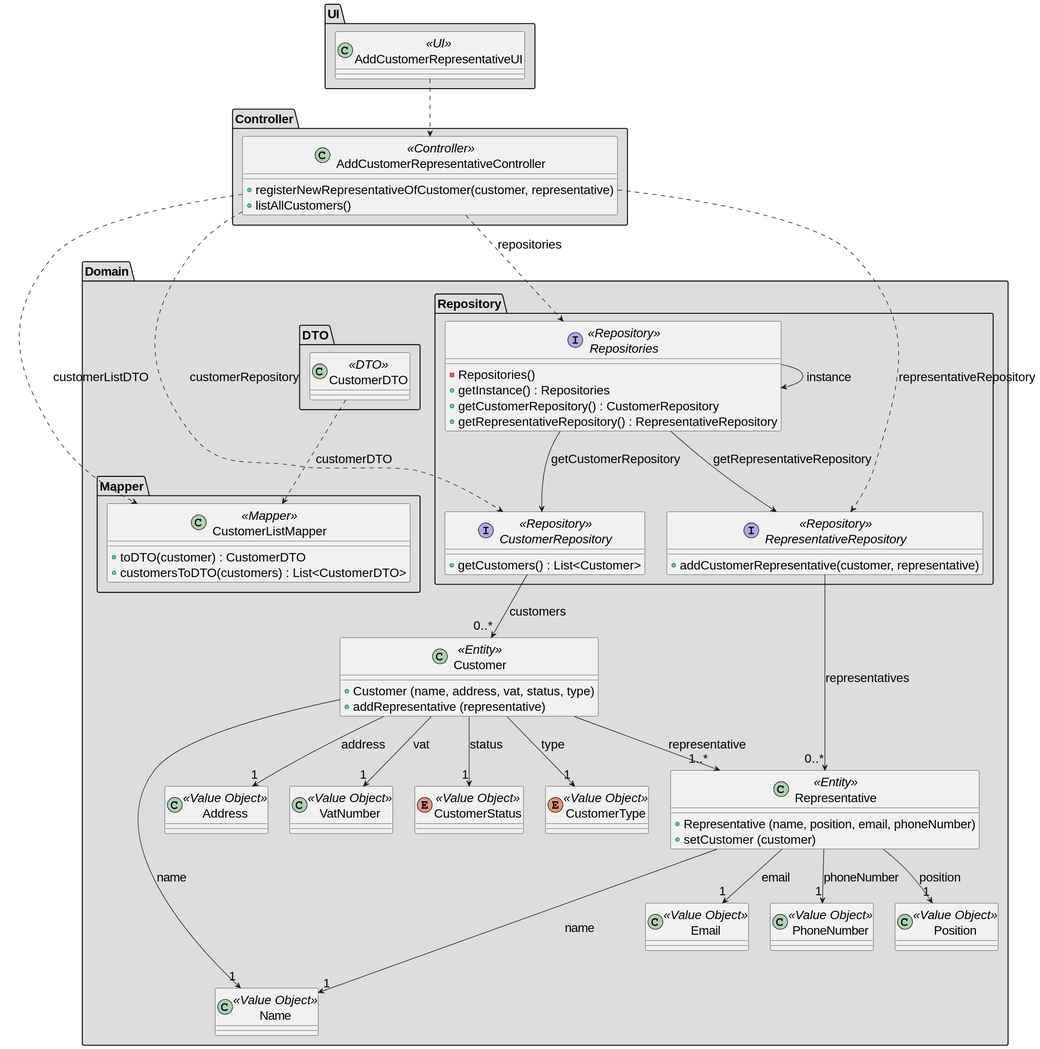
The PlantUML diagram docs/SPRINT_2/us221/images/class_diagram_us221.svg in diogoveirospro/sem4pi-2024-2025-sem4pi_2024_2025_g44, before a commit. The source it was exported from:
```plantuml
@startuml
skinparamlocked defaultFontSize 20

package "Domain" #DDDDDD {

    package "DTO" #DDDDDD {
        class CustomerDTO <<DTO>> {

        }
    }

    package "Mapper" #DDDDDD {
        class CustomerListMapper <<Mapper>> {
            + toDTO(customer) : CustomerDTO
            + customersToDTO(customers) : List<CustomerDTO>
        }
    }

    package "Repository" #DDDDDD {
        Interface CustomerRepository <<Repository>> {
            + getCustomers() : List<Customer>
        }
        Interface RepresentativeRepository <<Repository>> {
            + addCustomerRepresentative(customer, representative)
        }
        Interface Repositories <<Repository>> {
            - Repositories()
            + getInstance() : Repositories
            + getCustomerRepository() : CustomerRepository
            + getRepresentativeRepository() : RepresentativeRepository
        }
    }

    class Customer <<Entity>> {
        + Customer (name, address, vat, status, type)
        + addRepresentative (representative)
    }
    class Representative <<Entity>> {
        + Representative (name, position, email, phoneNumber)
        + setCustomer (customer)
    }

    class Address <<Value Object>> {

    }
    class VatNumber <<Value Object>> {

    }
    enum CustomerStatus <<Value Object>> {

    }
    enum CustomerType <<Value Object>> {

    }
    class Position <<Value Object>> {

    }
    class Name <<Value Object>> {

    }
    class Email <<Value Object>> {

    }
    class PhoneNumber <<Value Object>> {

    }
}

package "UI" #DDDDDD {
    class AddCustomerRepresentativeUI <<UI>> {

    }
}

package "Controller" #DDDDDD {
    class AddCustomerRepresentativeController <<Controller>> {
        + registerNewRepresentativeOfCustomer(customer, representative)
        + listAllCustomers()
    }
}

Customer --> "1..*" Representative : representative
Customer --> "1" VatNumber : vat
Customer --> "1" Address : address
Customer --> "1" CustomerStatus : status
Customer --> "1" CustomerType : type
Customer ----> "1" Name : name

Representative --> "1" Position : position
Representative --> "1" Name : name
Representative --> "1" Email : email
Representative --> "1" PhoneNumber : phoneNumber

Repositories --> Repositories : instance
Repositories --> CustomerRepository : getCustomerRepository
Repositories --> RepresentativeRepository : getRepresentativeRepository

CustomerRepository --> "0..*" Customer : customers
RepresentativeRepository --> "0..*" Representative : representatives

AddCustomerRepresentativeUI ..> AddCustomerRepresentativeController
AddCustomerRepresentativeController ..> Repositories : repositories
AddCustomerRepresentativeController ..> CustomerListMapper : customerListDTO
AddCustomerRepresentativeController ..> RepresentativeRepository : representativeRepository
AddCustomerRepresentativeController ..> CustomerRepository : customerRepository

CustomerDTO ..> CustomerListMapper : customerDTO
@enduml
```
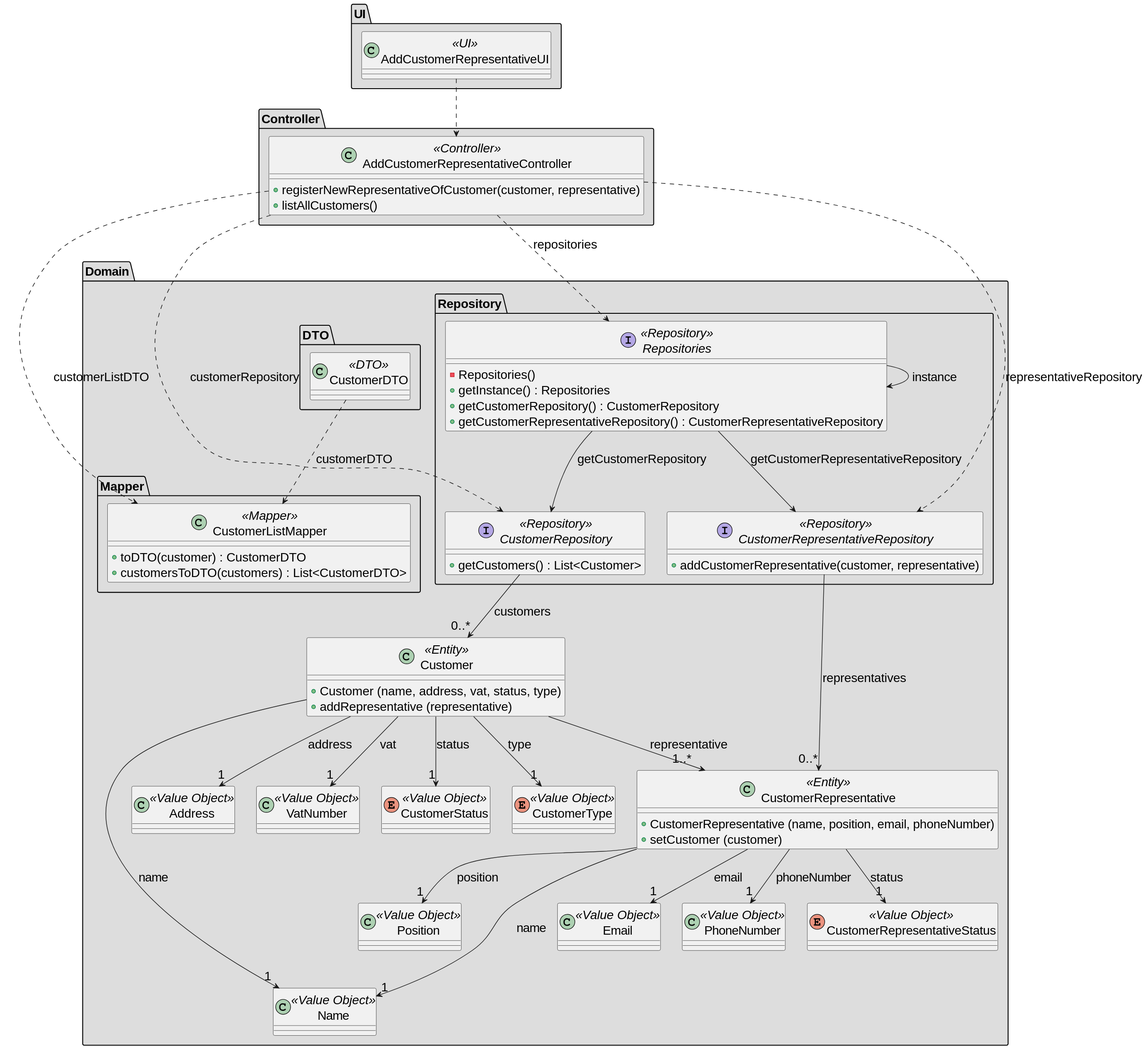
Above is the later version.

Diff of the diagram source:
```diff
@@ -20,14 +20,14 @@
         Interface CustomerRepository <<Repository>> {
             + getCustomers() : List<Customer>
         }
-        Interface RepresentativeRepository <<Repository>> {
+        Interface CustomerRepresentativeRepository <<Repository>> {
             + addCustomerRepresentative(customer, representative)
         }
         Interface Repositories <<Repository>> {
             - Repositories()
             + getInstance() : Repositories
             + getCustomerRepository() : CustomerRepository
-            + getRepresentativeRepository() : RepresentativeRepository
+            + getCustomerRepresentativeRepository() : CustomerRepresentativeRepository
         }
     }
 
@@ -35,8 +35,8 @@
         + Customer (name, address, vat, status, type)
         + addRepresentative (representative)
     }
-    class Representative <<Entity>> {
-        + Representative (name, position, email, phoneNumber)
+    class CustomerRepresentative <<Entity>> {
+        + CustomerRepresentative (name, position, email, phoneNumber)
         + setCustomer (customer)
     }
 
@@ -64,6 +64,9 @@
     class PhoneNumber <<Value Object>> {
 
     }
+
+    enum CustomerRepresentativeStatus <<Value Object>>{
+    }
 }
 
 package "UI" #DDDDDD {
@@ -79,29 +82,31 @@
     }
 }
 
-Customer --> "1..*" Representative : representative
+Customer --> "1..*" CustomerRepresentative : representative
 Customer --> "1" VatNumber : vat
 Customer --> "1" Address : address
 Customer --> "1" CustomerStatus : status
 Customer --> "1" CustomerType : type
 Customer ----> "1" Name : name
 
-Representative --> "1" Position : position
-Representative --> "1" Name : name
-Representative --> "1" Email : email
-Representative --> "1" PhoneNumber : phoneNumber
+CustomerRepresentative --> "1" Position : position
+CustomerRepresentative --> "1" Name : name
+CustomerRepresentative --> "1" Email : email
+CustomerRepresentative --> "1" PhoneNumber : phoneNumber
+CustomerRepresentative --> "1" CustomerRepresentativeStatus : status
+
 
 Repositories --> Repositories : instance
 Repositories --> CustomerRepository : getCustomerRepository
-Repositories --> RepresentativeRepository : getRepresentativeRepository
+Repositories --> CustomerRepresentativeRepository : getCustomerRepresentativeRepository
 
 CustomerRepository --> "0..*" Customer : customers
-RepresentativeRepository --> "0..*" Representative : representatives
+CustomerRepresentativeRepository --> "0..*" CustomerRepresentative : representatives
 
 AddCustomerRepresentativeUI ..> AddCustomerRepresentativeController
 AddCustomerRepresentativeController ..> Repositories : repositories
 AddCustomerRepresentativeController ..> CustomerListMapper : customerListDTO
-AddCustomerRepresentativeController ..> RepresentativeRepository : representativeRepository
+AddCustomerRepresentativeController ..> CustomerRepresentativeRepository : representativeRepository
 AddCustomerRepresentativeController ..> CustomerRepository : customerRepository
 
 CustomerDTO ..> CustomerListMapper : customerDTO
```
